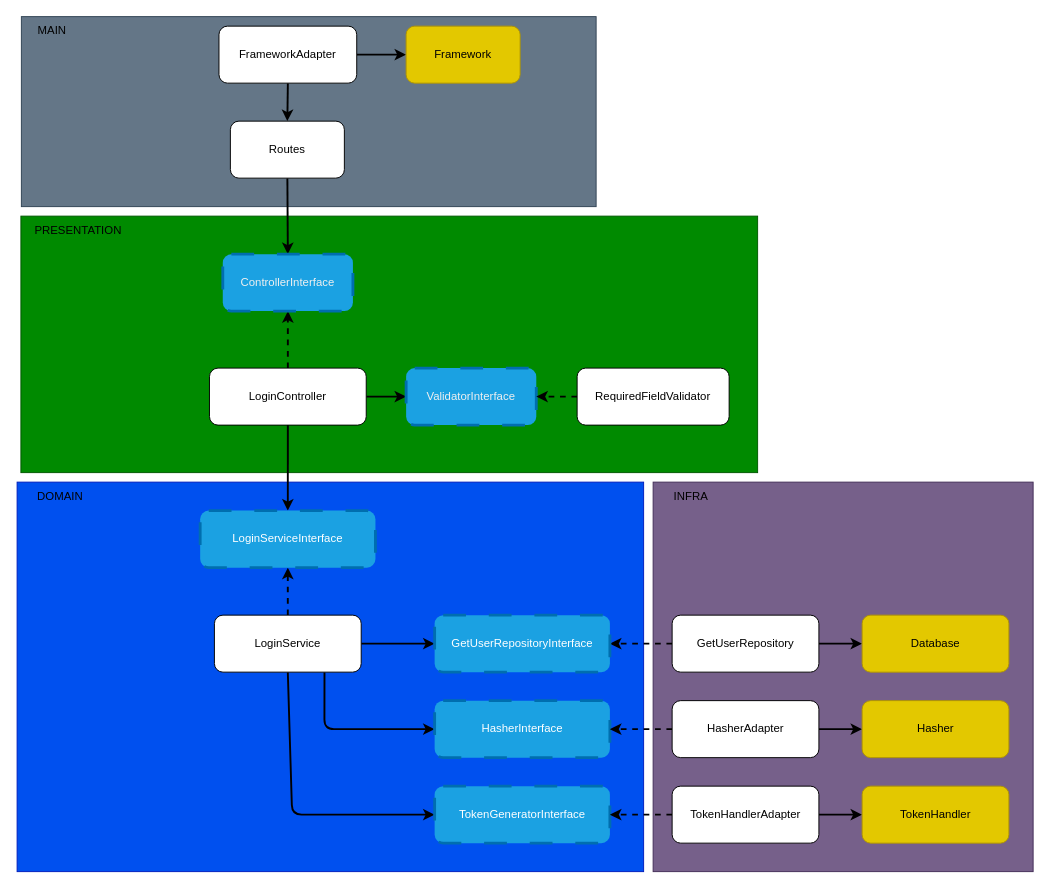
DouglasVolcato/node-tdd-clean-architecture keeps this draw.io diagram as diagrams/login.drawio. Above is the earlier version. Source tidied: cells renumbered, new cells numbered last; positions are measured from the earlier drawing's top-left corner, leaving out a move shared by most shapes. Both pictures are drawn from the tidied source at 95%, with x=0, y=0 at pixel (16, 16).
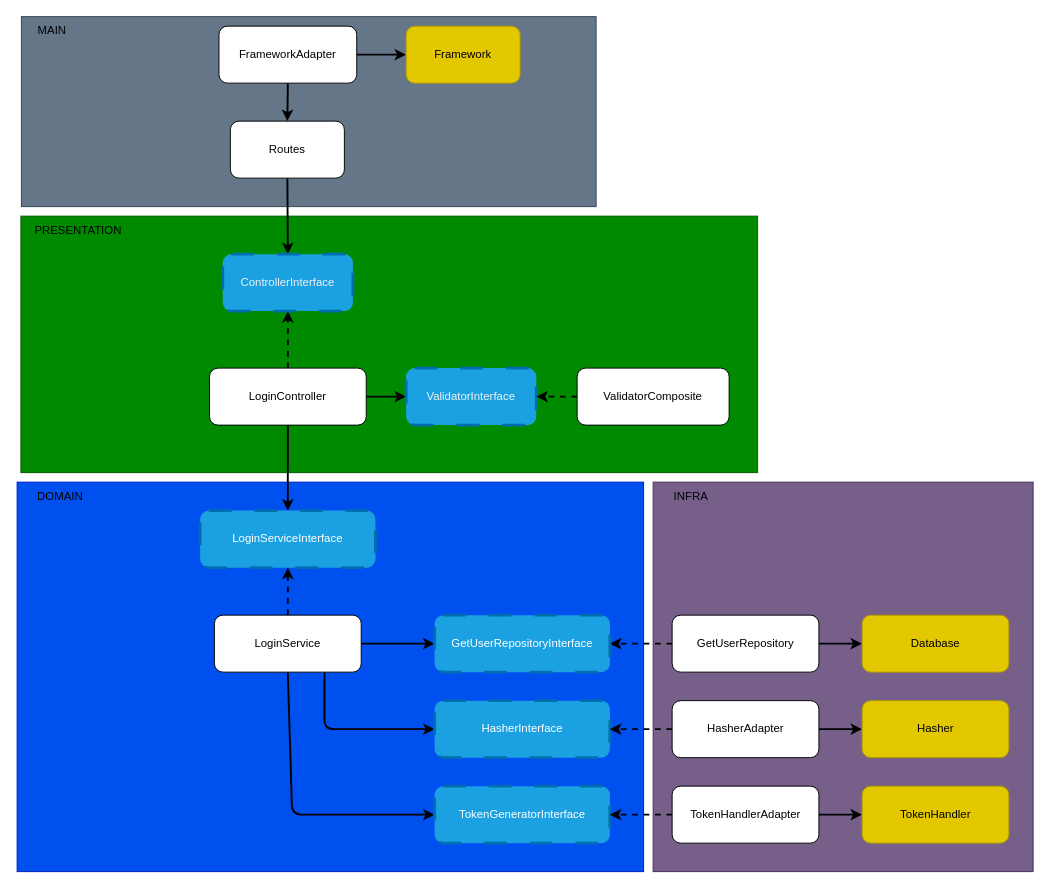
The same page after the edit.

The edit, as a diff of the source:
```diff
@@
-    <mxCell id="33" value="RequiredFieldValidator" style="rounded=1;whiteSpace=wrap;html=1;" parent="1" vertex="1">
+    <mxCell id="33" value="ValidatorComposite" style="rounded=1;whiteSpace=wrap;html=1;" parent="1" vertex="1">
       <mxGeometry x="590" y="370" width="160" height="60" as="geometry" />
     </mxCell>
```
